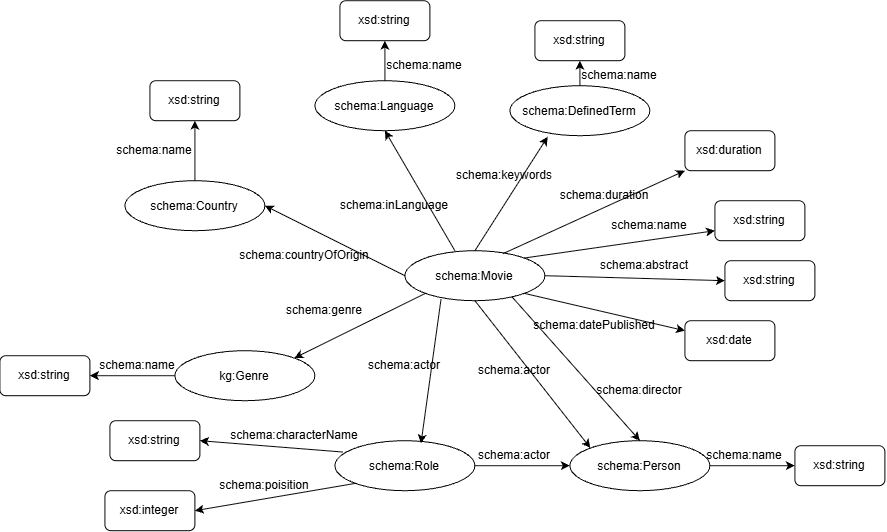
Earlier version of the draw.io export ontology/ontology.png (tomodachii/semantic-web). Source tidied: cells renumbered, new cells last; positions are measured from the earlier drawing's top-left corner, leaving out a move shared by most shapes.
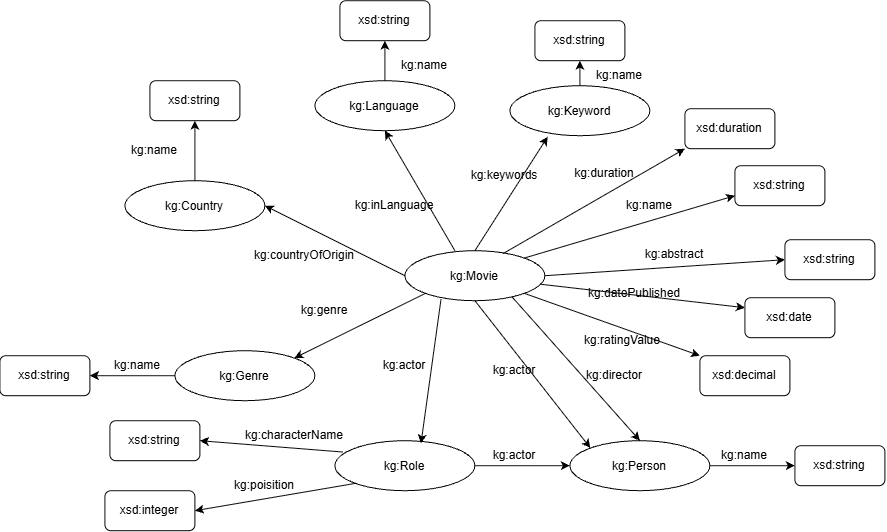
Above is the later version.

Change to the diagram source:
```diff
@@ -2,55 +2,55 @@
   <root>
     <mxCell id="0" />
     <mxCell id="1" parent="0" />
-    <mxCell id="2" value="schema:Movie" style="ellipse;whiteSpace=wrap;html=1;shapeInside=1;" parent="1" vertex="1">
+    <mxCell id="2" value="kg:Movie" style="ellipse;whiteSpace=wrap;html=1;shapeInside=1;" parent="1" vertex="1">
       <mxGeometry x="405" y="250" width="140" height="50" as="geometry" />
     </mxCell>
     <mxCell id="3" value="xsd:string" style="rounded=1;whiteSpace=wrap;html=1;" parent="1" vertex="1">
-      <mxGeometry x="715" y="200" width="90" height="40" as="geometry" />
+      <mxGeometry x="735" y="165" width="90" height="40" as="geometry" />
     </mxCell>
     <mxCell id="4" style="endArrow=classic;html=1;rounded=0;exitX=1;exitY=0;exitDx=0;exitDy=0;entryX=0;entryY=0.75;entryDx=0;entryDy=0;" parent="1" edge="1" source="2" target="3">
       <mxGeometry relative="1" as="geometry" />
     </mxCell>
-    <mxCell id="5" value="schema:name" style="text;html=1;whiteSpace=wrap;strokeColor=none;fillColor=none;align=center;verticalAlign=middle;rounded=0;" parent="1" vertex="1">
-      <mxGeometry x="620" y="210" width="60" height="30" as="geometry" />
+    <mxCell id="5" value="kg:name" style="text;html=1;whiteSpace=wrap;strokeColor=none;fillColor=none;align=center;verticalAlign=middle;rounded=0;" parent="1" vertex="1">
+      <mxGeometry x="620" y="190" width="60" height="30" as="geometry" />
     </mxCell>
     <mxCell id="6" value="xsd:string" style="rounded=1;whiteSpace=wrap;html=1;" parent="1" vertex="1">
-      <mxGeometry x="725" y="260" width="90" height="40" as="geometry" />
+      <mxGeometry x="785" y="239" width="90" height="40" as="geometry" />
     </mxCell>
     <mxCell id="7" value="xsd:date" style="rounded=1;whiteSpace=wrap;html=1;" parent="1" vertex="1">
-      <mxGeometry x="685" y="320" width="90" height="40" as="geometry" />
+      <mxGeometry x="745" y="297" width="90" height="40" as="geometry" />
     </mxCell>
     <mxCell id="8" style="endArrow=classic;html=1;rounded=0;exitX=1;exitY=0.5;exitDx=0;exitDy=0;entryX=0;entryY=0.5;entryDx=0;entryDy=0;" parent="1" edge="1" source="2" target="6">
       <mxGeometry relative="1" as="geometry" />
     </mxCell>
-    <mxCell id="9" value="schema:abstract" style="text;html=1;whiteSpace=wrap;strokeColor=none;fillColor=none;align=center;verticalAlign=middle;rounded=0;" parent="1" vertex="1">
-      <mxGeometry x="615" y="250" width="60" height="30" as="geometry" />
+    <mxCell id="9" value="kg:abstract" style="text;html=1;whiteSpace=wrap;strokeColor=none;fillColor=none;align=center;verticalAlign=middle;rounded=0;" parent="1" vertex="1">
+      <mxGeometry x="645" y="239" width="60" height="30" as="geometry" />
     </mxCell>
-    <mxCell id="10" style="endArrow=classic;html=1;rounded=0;exitX=1;exitY=1;exitDx=0;exitDy=0;entryX=0;entryY=0.25;entryDx=0;entryDy=0;" parent="1" edge="1" source="2" target="7">
+    <mxCell id="10" style="endArrow=classic;html=1;rounded=0;exitX=0.967;exitY=0.67;exitDx=0;exitDy=0;entryX=0;entryY=0.25;entryDx=0;entryDy=0;exitPerimeter=0;" parent="1" edge="1" source="2" target="7">
       <mxGeometry relative="1" as="geometry" />
     </mxCell>
-    <mxCell id="11" value="schema:datePublished" style="text;html=1;whiteSpace=wrap;strokeColor=none;fillColor=none;align=center;verticalAlign=middle;rounded=0;" parent="1" vertex="1">
-      <mxGeometry x="565" y="310" width="60" height="30" as="geometry" />
+    <mxCell id="11" value="kg:datePublished" style="text;html=1;whiteSpace=wrap;strokeColor=none;fillColor=none;align=center;verticalAlign=middle;rounded=0;" parent="1" vertex="1">
+      <mxGeometry x="605" y="278" width="60" height="30" as="geometry" />
     </mxCell>
     <mxCell id="12" value="xsd:duration" style="rounded=1;whiteSpace=wrap;html=1;" parent="1" vertex="1">
-      <mxGeometry x="685" y="130" width="90" height="40" as="geometry" />
+      <mxGeometry x="685" y="108" width="90" height="40" as="geometry" />
     </mxCell>
     <mxCell id="13" style="endArrow=classic;html=1;rounded=0;exitX=0.7;exitY=0.06;exitDx=0;exitDy=0;entryX=0;entryY=1;entryDx=0;entryDy=0;exitPerimeter=0;" parent="1" edge="1" source="2" target="12">
       <mxGeometry relative="1" as="geometry" />
     </mxCell>
-    <mxCell id="14" value="schema:duration" style="text;html=1;whiteSpace=wrap;strokeColor=none;fillColor=none;align=center;verticalAlign=middle;rounded=0;" parent="1" vertex="1">
-      <mxGeometry x="575" y="180" width="60" height="30" as="geometry" />
+    <mxCell id="14" value="kg:duration" style="text;html=1;whiteSpace=wrap;strokeColor=none;fillColor=none;align=center;verticalAlign=middle;rounded=0;" parent="1" vertex="1">
+      <mxGeometry x="575" y="158" width="60" height="30" as="geometry" />
     </mxCell>
-    <mxCell id="15" value="schema:Language" style="ellipse;whiteSpace=wrap;html=1;shapeInside=1;" parent="1" vertex="1">
+    <mxCell id="15" value="kg:Language" style="ellipse;whiteSpace=wrap;html=1;shapeInside=1;" parent="1" vertex="1">
       <mxGeometry x="315" y="80" width="140" height="50" as="geometry" />
     </mxCell>
     <mxCell id="16" style="endArrow=classic;html=1;rounded=0;exitX=0.357;exitY=0;exitDx=0;exitDy=0;entryX=0.5;entryY=1;entryDx=0;entryDy=0;exitPerimeter=0;" parent="1" edge="1" source="2" target="15">
       <mxGeometry relative="1" as="geometry" />
     </mxCell>
-    <mxCell id="17" value="schema:inLanguage" style="text;html=1;whiteSpace=wrap;strokeColor=none;fillColor=none;align=center;verticalAlign=middle;rounded=0;" parent="1" vertex="1">
+    <mxCell id="17" value="kg:inLanguage" style="text;html=1;whiteSpace=wrap;strokeColor=none;fillColor=none;align=center;verticalAlign=middle;rounded=0;" parent="1" vertex="1">
       <mxGeometry x="365" y="190" width="60" height="30" as="geometry" />
     </mxCell>
-    <mxCell id="18" value="schema:Country" style="ellipse;whiteSpace=wrap;html=1;shapeInside=1;" parent="1" vertex="1">
+    <mxCell id="18" value="kg:Country" style="ellipse;whiteSpace=wrap;html=1;shapeInside=1;" parent="1" vertex="1">
       <mxGeometry x="125" y="180" width="140" height="50" as="geometry" />
     </mxCell>
     <mxCell id="19" value="xsd:string" style="rounded=1;whiteSpace=wrap;html=1;" parent="1" vertex="1">
@@ -59,13 +59,13 @@
     <mxCell id="20" style="endArrow=classic;html=1;rounded=0;exitX=0.5;exitY=0;exitDx=0;exitDy=0;entryX=0.5;entryY=1;entryDx=0;entryDy=0;" parent="1" edge="1" source="18" target="19">
       <mxGeometry relative="1" as="geometry" />
     </mxCell>
-    <mxCell id="21" value="schema:name" style="text;html=1;whiteSpace=wrap;strokeColor=none;fillColor=none;align=center;verticalAlign=middle;rounded=0;" parent="1" vertex="1">
+    <mxCell id="21" value="kg:name" style="text;html=1;whiteSpace=wrap;strokeColor=none;fillColor=none;align=center;verticalAlign=middle;rounded=0;" parent="1" vertex="1">
       <mxGeometry x="125" y="135" width="60" height="30" as="geometry" />
     </mxCell>
     <mxCell id="22" style="endArrow=classic;html=1;rounded=0;exitX=0;exitY=0.5;exitDx=0;exitDy=0;entryX=1;entryY=0.5;entryDx=0;entryDy=0;" parent="1" edge="1" source="2" target="18">
       <mxGeometry relative="1" as="geometry" />
     </mxCell>
-    <mxCell id="23" value="schema:countryOfOrigin" style="text;html=1;whiteSpace=wrap;strokeColor=none;fillColor=none;align=center;verticalAlign=middle;rounded=0;" parent="1" vertex="1">
+    <mxCell id="23" value="kg:countryOfOrigin" style="text;html=1;whiteSpace=wrap;strokeColor=none;fillColor=none;align=center;verticalAlign=middle;rounded=0;" parent="1" vertex="1">
       <mxGeometry x="275" y="240" width="60" height="30" as="geometry" />
     </mxCell>
     <mxCell id="24" value="kg:Genre" style="ellipse;whiteSpace=wrap;html=1;shapeInside=1;" parent="1" vertex="1">
@@ -77,22 +77,22 @@
     <mxCell id="26" style="endArrow=classic;html=1;rounded=0;exitX=0;exitY=0.5;exitDx=0;exitDy=0;entryX=1;entryY=0.5;entryDx=0;entryDy=0;" parent="1" edge="1" source="24" target="25">
       <mxGeometry relative="1" as="geometry" />
     </mxCell>
-    <mxCell id="27" value="schema:name" style="text;html=1;whiteSpace=wrap;strokeColor=none;fillColor=none;align=center;verticalAlign=middle;rounded=0;" parent="1" vertex="1">
+    <mxCell id="27" value="kg:name" style="text;html=1;whiteSpace=wrap;strokeColor=none;fillColor=none;align=center;verticalAlign=middle;rounded=0;" parent="1" vertex="1">
       <mxGeometry x="108" y="350" width="60" height="30" as="geometry" />
     </mxCell>
     <mxCell id="28" style="endArrow=classic;html=1;rounded=0;exitX=0;exitY=1;exitDx=0;exitDy=0;entryX=1;entryY=0;entryDx=0;entryDy=0;" parent="1" edge="1" source="2" target="24">
       <mxGeometry relative="1" as="geometry" />
     </mxCell>
-    <mxCell id="29" value="schema:genre" style="text;html=1;whiteSpace=wrap;strokeColor=none;fillColor=none;align=center;verticalAlign=middle;rounded=0;" parent="1" vertex="1">
+    <mxCell id="29" value="kg:genre" style="text;html=1;whiteSpace=wrap;strokeColor=none;fillColor=none;align=center;verticalAlign=middle;rounded=0;" parent="1" vertex="1">
       <mxGeometry x="295" y="295" width="60" height="30" as="geometry" />
     </mxCell>
-    <mxCell id="30" value="schema:Role" style="ellipse;whiteSpace=wrap;html=1;shapeInside=1;" parent="1" vertex="1">
+    <mxCell id="30" value="kg:Role" style="ellipse;whiteSpace=wrap;html=1;shapeInside=1;" parent="1" vertex="1">
       <mxGeometry x="335" y="440" width="140" height="50" as="geometry" />
     </mxCell>
     <mxCell id="31" style="endArrow=classic;html=1;rounded=0;exitX=0.258;exitY=0.97;exitDx=0;exitDy=0;entryX=0.615;entryY=0.053;entryDx=0;entryDy=0;entryPerimeter=0;exitPerimeter=0;" parent="1" edge="1" source="2" target="30">
       <mxGeometry relative="1" as="geometry" />
     </mxCell>
-    <mxCell id="32" value="schema:actor" style="text;html=1;whiteSpace=wrap;strokeColor=none;fillColor=none;align=center;verticalAlign=middle;rounded=0;" parent="1" vertex="1">
+    <mxCell id="32" value="kg:actor" style="text;html=1;whiteSpace=wrap;strokeColor=none;fillColor=none;align=center;verticalAlign=middle;rounded=0;" parent="1" vertex="1">
       <mxGeometry x="375" y="350" width="60" height="30" as="geometry" />
     </mxCell>
     <mxCell id="33" value="xsd:string" style="rounded=1;whiteSpace=wrap;html=1;" parent="1" vertex="1">
@@ -101,10 +101,10 @@
     <mxCell id="34" style="endArrow=classic;html=1;rounded=0;exitX=0.5;exitY=0;exitDx=0;exitDy=0;entryX=0.5;entryY=1;entryDx=0;entryDy=0;" parent="1" edge="1" source="15" target="33">
       <mxGeometry relative="1" as="geometry" />
     </mxCell>
-    <mxCell id="35" value="schema:name" style="text;html=1;whiteSpace=wrap;strokeColor=none;fillColor=none;align=center;verticalAlign=middle;rounded=0;" parent="1" vertex="1">
+    <mxCell id="35" value="kg:name" style="text;html=1;whiteSpace=wrap;strokeColor=none;fillColor=none;align=center;verticalAlign=middle;rounded=0;" parent="1" vertex="1">
       <mxGeometry x="395" y="50" width="60" height="30" as="geometry" />
     </mxCell>
-    <mxCell id="36" value="schema:Person" style="ellipse;whiteSpace=wrap;html=1;shapeInside=1;" parent="1" vertex="1">
+    <mxCell id="36" value="kg:Person" style="ellipse;whiteSpace=wrap;html=1;shapeInside=1;" parent="1" vertex="1">
       <mxGeometry x="570" y="440" width="140" height="50" as="geometry" />
     </mxCell>
     <mxCell id="37" style="endArrow=classic;html=1;rounded=0;exitX=0.054;exitY=0.226;exitDx=0;exitDy=0;entryX=1;entryY=0.5;entryDx=0;entryDy=0;exitPerimeter=0;" parent="1" edge="1" source="30" target="38">
@@ -113,7 +113,7 @@
     <mxCell id="38" value="xsd:string" style="rounded=1;whiteSpace=wrap;html=1;" parent="1" vertex="1">
       <mxGeometry x="110" y="420" width="90" height="40" as="geometry" />
     </mxCell>
-    <mxCell id="39" value="&lt;div&gt;schema:characterName&lt;/div&gt;" style="text;html=1;whiteSpace=wrap;strokeColor=none;fillColor=none;align=center;verticalAlign=middle;rounded=0;" parent="1" vertex="1">
+    <mxCell id="39" value="&lt;div&gt;kg:characterName&lt;/div&gt;" style="text;html=1;whiteSpace=wrap;strokeColor=none;fillColor=none;align=center;verticalAlign=middle;rounded=0;" parent="1" vertex="1">
       <mxGeometry x="265" y="420" width="60" height="30" as="geometry" />
     </mxCell>
     <mxCell id="40" value="xsd:integer" style="rounded=1;whiteSpace=wrap;html=1;" parent="1" vertex="1">
@@ -122,19 +122,19 @@
     <mxCell id="41" style="endArrow=classic;html=1;rounded=0;exitX=0;exitY=1;exitDx=0;exitDy=0;entryX=1;entryY=0.5;entryDx=0;entryDy=0;" parent="1" edge="1" source="30" target="40">
       <mxGeometry relative="1" as="geometry" />
     </mxCell>
-    <mxCell id="42" value="&lt;div&gt;schema:poisition&lt;/div&gt;" style="text;html=1;whiteSpace=wrap;strokeColor=none;fillColor=none;align=center;verticalAlign=middle;rounded=0;" parent="1" vertex="1">
+    <mxCell id="42" value="&lt;div&gt;kg:poisition&lt;/div&gt;" style="text;html=1;whiteSpace=wrap;strokeColor=none;fillColor=none;align=center;verticalAlign=middle;rounded=0;" parent="1" vertex="1">
       <mxGeometry x="235" y="470" width="60" height="30" as="geometry" />
     </mxCell>
     <mxCell id="43" style="endArrow=classic;html=1;rounded=0;exitX=0.764;exitY=0.92;exitDx=0;exitDy=0;entryX=0.5;entryY=0;entryDx=0;entryDy=0;exitPerimeter=0;" parent="1" edge="1" source="2" target="36">
       <mxGeometry relative="1" as="geometry" />
     </mxCell>
-    <mxCell id="44" value="schema:director" style="text;html=1;whiteSpace=wrap;strokeColor=none;fillColor=none;align=center;verticalAlign=middle;rounded=0;" parent="1" vertex="1">
-      <mxGeometry x="610" y="380" width="60" height="20" as="geometry" />
+    <mxCell id="44" value="kg:director" style="text;html=1;whiteSpace=wrap;strokeColor=none;fillColor=none;align=center;verticalAlign=middle;rounded=0;" parent="1" vertex="1">
+      <mxGeometry x="585" y="365" width="60" height="20" as="geometry" />
     </mxCell>
     <mxCell id="45" style="endArrow=classic;html=1;rounded=0;exitX=1;exitY=0.5;exitDx=0;exitDy=0;entryX=0;entryY=0.5;entryDx=0;entryDy=0;" parent="1" edge="1" source="30" target="36">
       <mxGeometry relative="1" as="geometry" />
     </mxCell>
-    <mxCell id="46" value="schema:actor" style="text;html=1;whiteSpace=wrap;strokeColor=none;fillColor=none;align=center;verticalAlign=middle;rounded=0;" parent="1" vertex="1">
+    <mxCell id="46" value="kg:actor" style="text;html=1;whiteSpace=wrap;strokeColor=none;fillColor=none;align=center;verticalAlign=middle;rounded=0;" parent="1" vertex="1">
       <mxGeometry x="485" y="440" width="60" height="30" as="geometry" />
     </mxCell>
     <mxCell id="47" value="xsd:string" style="rounded=1;whiteSpace=wrap;html=1;" parent="1" vertex="1">
@@ -143,16 +143,16 @@
     <mxCell id="48" style="endArrow=classic;html=1;rounded=0;exitX=1;exitY=0.5;exitDx=0;exitDy=0;entryX=0;entryY=0.5;entryDx=0;entryDy=0;" parent="1" edge="1" source="36" target="47">
       <mxGeometry relative="1" as="geometry" />
     </mxCell>
-    <mxCell id="49" value="schema:name" style="text;html=1;whiteSpace=wrap;strokeColor=none;fillColor=none;align=center;verticalAlign=middle;rounded=0;" parent="1" vertex="1">
+    <mxCell id="49" value="kg:name" style="text;html=1;whiteSpace=wrap;strokeColor=none;fillColor=none;align=center;verticalAlign=middle;rounded=0;" parent="1" vertex="1">
       <mxGeometry x="715" y="440" width="60" height="30" as="geometry" />
     </mxCell>
-    <mxCell id="50" value="schema:DefinedTerm" style="ellipse;whiteSpace=wrap;html=1;shapeInside=1;" parent="1" vertex="1">
+    <mxCell id="50" value="kg:Keyword" style="ellipse;whiteSpace=wrap;html=1;shapeInside=1;" parent="1" vertex="1">
       <mxGeometry x="510" y="85" width="140" height="50" as="geometry" />
     </mxCell>
     <mxCell id="51" style="endArrow=classic;html=1;rounded=0;exitX=0.5;exitY=0;exitDx=0;exitDy=0;entryX=0.27;entryY=1.02;entryDx=0;entryDy=0;entryPerimeter=0;" parent="1" edge="1" source="2" target="50">
       <mxGeometry relative="1" as="geometry" />
     </mxCell>
-    <mxCell id="52" value="schema:keywords" style="text;html=1;whiteSpace=wrap;strokeColor=none;fillColor=none;align=center;verticalAlign=middle;rounded=0;" parent="1" vertex="1">
+    <mxCell id="52" value="kg:keywords" style="text;html=1;whiteSpace=wrap;strokeColor=none;fillColor=none;align=center;verticalAlign=middle;rounded=0;" parent="1" vertex="1">
       <mxGeometry x="475" y="160" width="60" height="30" as="geometry" />
     </mxCell>
     <mxCell id="53" value="xsd:string" style="rounded=1;whiteSpace=wrap;html=1;" parent="1" vertex="1">
@@ -161,14 +161,23 @@
     <mxCell id="54" style="endArrow=classic;html=1;rounded=0;exitX=0.5;exitY=0;exitDx=0;exitDy=0;entryX=0.5;entryY=1;entryDx=0;entryDy=0;" parent="1" edge="1" source="50" target="53">
       <mxGeometry relative="1" as="geometry" />
     </mxCell>
-    <mxCell id="55" value="schema:name" style="text;html=1;whiteSpace=wrap;strokeColor=none;fillColor=none;align=center;verticalAlign=middle;rounded=0;" parent="1" vertex="1">
+    <mxCell id="55" value="kg:name" style="text;html=1;whiteSpace=wrap;strokeColor=none;fillColor=none;align=center;verticalAlign=middle;rounded=0;" parent="1" vertex="1">
       <mxGeometry x="590" y="60" width="60" height="30" as="geometry" />
     </mxCell>
     <mxCell id="56" style="endArrow=classic;html=1;rounded=0;exitX=0.5;exitY=1;exitDx=0;exitDy=0;entryX=0;entryY=0;entryDx=0;entryDy=0;" parent="1" edge="1" source="2" target="36">
       <mxGeometry relative="1" as="geometry" />
     </mxCell>
-    <mxCell id="57" value="schema:actor" style="text;html=1;whiteSpace=wrap;strokeColor=none;fillColor=none;align=center;verticalAlign=middle;rounded=0;" parent="1" vertex="1">
+    <mxCell id="57" value="kg:actor" style="text;html=1;whiteSpace=wrap;strokeColor=none;fillColor=none;align=center;verticalAlign=middle;rounded=0;" parent="1" vertex="1">
       <mxGeometry x="485" y="355" width="60" height="30" as="geometry" />
     </mxCell>
+    <mxCell id="58" value="xsd:decimal" style="rounded=1;whiteSpace=wrap;html=1;" parent="1" vertex="1">
+      <mxGeometry x="700" y="355" width="90" height="40" as="geometry" />
+    </mxCell>
+    <mxCell id="59" style="endArrow=classic;html=1;rounded=0;entryX=0;entryY=0;entryDx=0;entryDy=0;exitX=1;exitY=1;exitDx=0;exitDy=0;" parent="1" edge="1" source="2" target="58">
+      <mxGeometry relative="1" as="geometry" />
+    </mxCell>
+    <mxCell id="60" value="kg:ratingValue" style="text;html=1;whiteSpace=wrap;strokeColor=none;fillColor=none;align=center;verticalAlign=middle;rounded=0;" parent="1" vertex="1">
+      <mxGeometry x="593" y="325" width="60" height="30" as="geometry" />
+    </mxCell>
   </root>
 </mxGraphModel>
```
